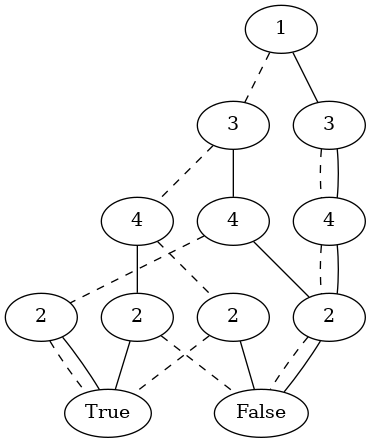
Before: graph_image/compressed_tree_2.gv.png, a diagram exported from Graphviz (khiem2105/ROBDD). Its source is kept beside it as graph_image/compressed_tree_2.gv. The source it was exported from:
```dot
graph compressed_tree_2 {
	140569657100608 [label=1]
	140569657130384 [label=3]
	140569657100608 -- 140569657130384 [style=dashed]
	140569657129472 [label=4]
	140569657130384 -- 140569657129472 [style=dashed]
	140569657127216 [label=2]
	140569657129472 -- 140569657127216 [style=dashed]
	140569657128032 [label=True]
	140569657127216 -- 140569657128032 [style=dashed]
	140569657128800 [label=False]
	140569657127216 -- 140569657128800
	140569657101904 [label=2]
	140569657129472 -- 140569657101904
	140569657101904 -- 140569657128800 [style=dashed]
	140569657101904 -- 140569657128032
	140569657101856 [label=4]
	140569657130384 -- 140569657101856
	140569656754336 [label=2]
	140569657101856 -- 140569656754336 [style=dashed]
	140569656754336 -- 140569657128032 [style=dashed]
	140569656754336 -- 140569657128032
	140569656754768 [label=2]
	140569657101856 -- 140569656754768
	140569656754768 -- 140569657128800 [style=dashed]
	140569656754768 -- 140569657128800
	140569656754240 [label=3]
	140569657100608 -- 140569656754240
	140569656755296 [label=4]
	140569656754240 -- 140569656755296 [style=dashed]
	140569656755296 -- 140569656754768 [style=dashed]
	140569656755296 -- 140569656754768
	140569656754240 -- 140569656755296
}
```
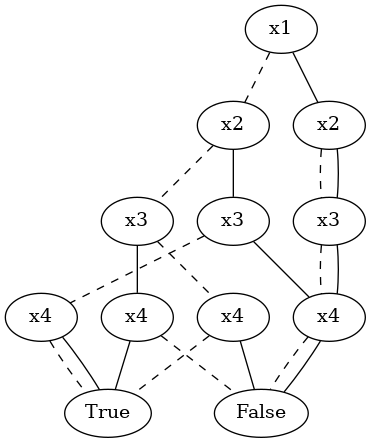
After the change.

Change to the diagram source:
```diff
@@ -1,34 +1,34 @@
 graph compressed_tree_2 {
-	140569657100608 [label=1]
-	140569657130384 [label=3]
-	140569657100608 -- 140569657130384 [style=dashed]
-	140569657129472 [label=4]
-	140569657130384 -- 140569657129472 [style=dashed]
-	140569657127216 [label=2]
-	140569657129472 -- 140569657127216 [style=dashed]
-	140569657128032 [label=True]
-	140569657127216 -- 140569657128032 [style=dashed]
-	140569657128800 [label=False]
-	140569657127216 -- 140569657128800
-	140569657101904 [label=2]
-	140569657129472 -- 140569657101904
-	140569657101904 -- 140569657128800 [style=dashed]
-	140569657101904 -- 140569657128032
-	140569657101856 [label=4]
-	140569657130384 -- 140569657101856
-	140569656754336 [label=2]
-	140569657101856 -- 140569656754336 [style=dashed]
-	140569656754336 -- 140569657128032 [style=dashed]
-	140569656754336 -- 140569657128032
-	140569656754768 [label=2]
-	140569657101856 -- 140569656754768
-	140569656754768 -- 140569657128800 [style=dashed]
-	140569656754768 -- 140569657128800
-	140569656754240 [label=3]
-	140569657100608 -- 140569656754240
-	140569656755296 [label=4]
-	140569656754240 -- 140569656755296 [style=dashed]
-	140569656755296 -- 140569656754768 [style=dashed]
-	140569656755296 -- 140569656754768
-	140569656754240 -- 140569656755296
+	140331402836096 [label=x1]
+	140331402460032 [label=x2]
+	140331402836096 -- 140331402460032 [style=dashed]
+	140331402460320 [label=x3]
+	140331402460032 -- 140331402460320 [style=dashed]
+	140331402460464 [label=x4]
+	140331402460320 -- 140331402460464 [style=dashed]
+	140331402460608 [label=True]
+	140331402460464 -- 140331402460608 [style=dashed]
+	140331402460992 [label=False]
+	140331402460464 -- 140331402460992
+	140331402460512 [label=x4]
+	140331402460320 -- 140331402460512
+	140331402460512 -- 140331402460992 [style=dashed]
+	140331402460512 -- 140331402460608
+	140331402461088 [label=x3]
+	140331402460032 -- 140331402461088
+	140331978633424 [label=x4]
+	140331402461088 -- 140331978633424 [style=dashed]
+	140331978633424 -- 140331402460608 [style=dashed]
+	140331978633424 -- 140331402460608
+	140331402834992 [label=x4]
+	140331402461088 -- 140331402834992
+	140331402834992 -- 140331402460992 [style=dashed]
+	140331402834992 -- 140331402460992
+	140331402512464 [label=x2]
+	140331402836096 -- 140331402512464
+	140331402837488 [label=x3]
+	140331402512464 -- 140331402837488 [style=dashed]
+	140331402837488 -- 140331402834992 [style=dashed]
+	140331402837488 -- 140331402834992
+	140331402512464 -- 140331402837488
 }
```
